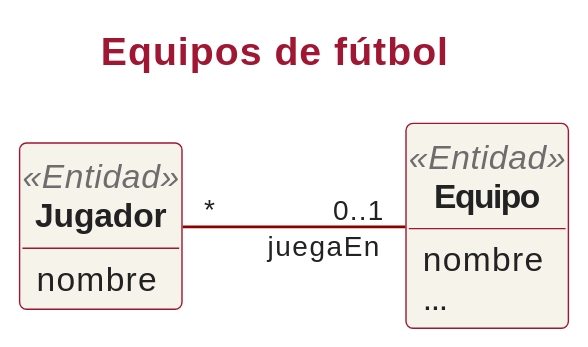
IISSI-US/web keeps this PlantUML diagram as assets/slides/iissi1/t6-introduccion-al-modelado-conceptual/puml/dc-equipos-futbol.svg. Above is the earlier version.
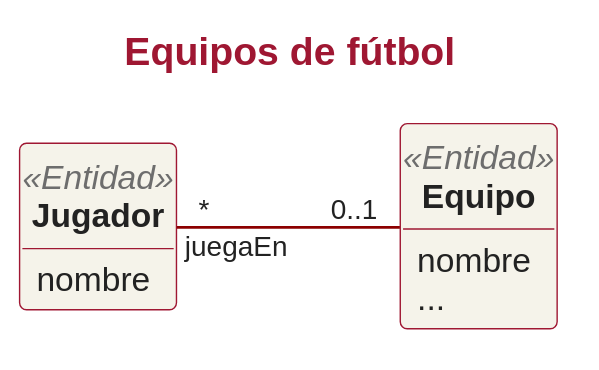
After the change.

The edit, as a diff of the source:
```diff
@@ -2,8 +2,12 @@
 title Equipos de fútbol
 !include ../../puml/teoria.iuml
 
-!include Jugador.iuml
-!include Equipo.iuml
-
+Class Jugador << Entidad >>{
+nombre
+}
+Class Equipo << Entidad >>{
+nombre
+...
+}
 Jugador "*" -r- "0..1" Equipo :juegaEn
 @enduml
```
